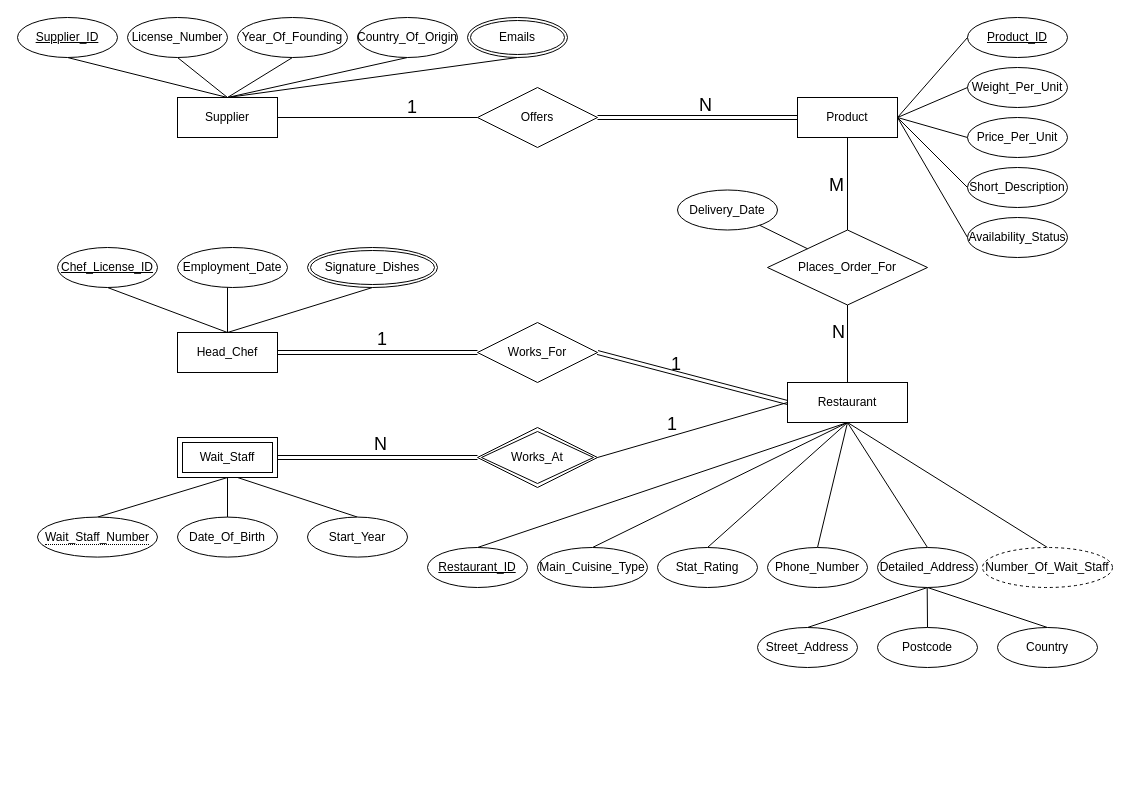
Above: Untitled Diagram.drawio in Jack-UNSW/ohmyzsh (draw.io), before the change. Source tidied: cells renumbered, new cells numbered last; positions are measured from the earlier drawing's top-left corner, leaving out a move shared by most shapes. Both pictures are drawn from the tidied source at 100%, with x=0, y=0 at pixel (17, 17).
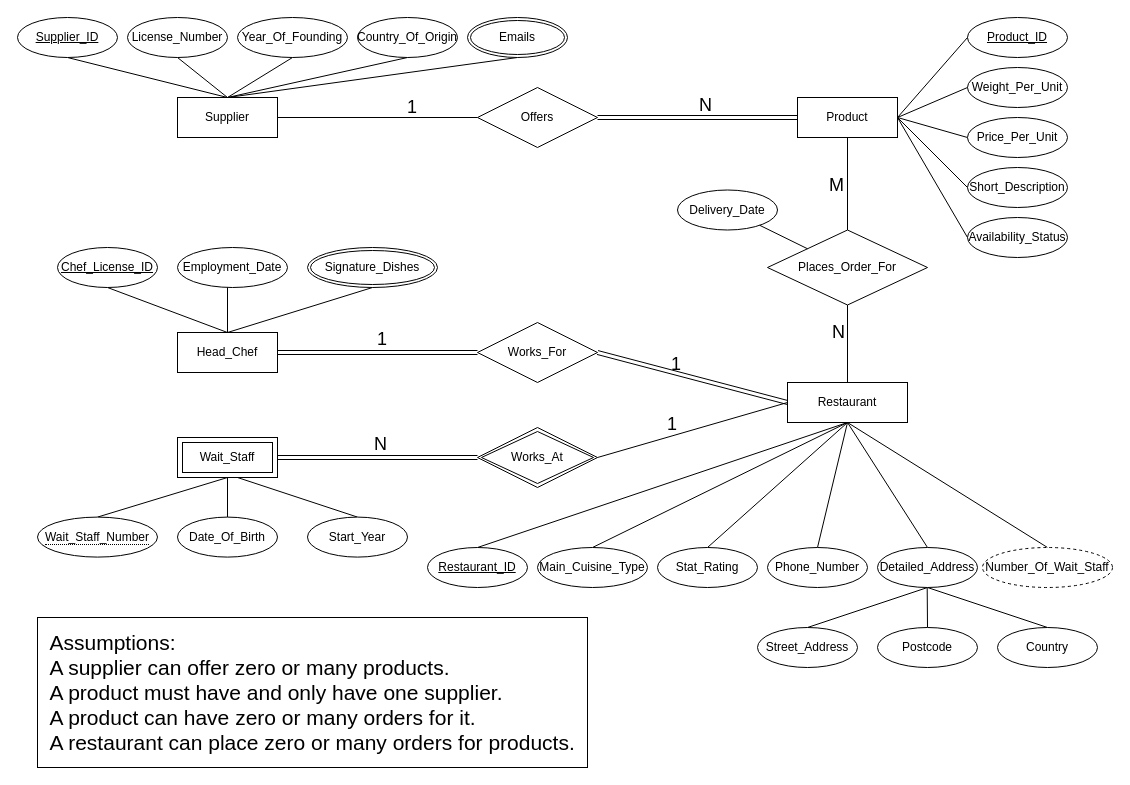
The same diagram, later.

The edit, as a diff of the source:
```diff
@@
+    <mxCell id="79" value="&lt;span&gt;&amp;nbsp; Assumptions:&amp;nbsp;&lt;/span&gt;&lt;br&gt;&lt;span&gt;&amp;nbsp; A supplier can offer zero or many products.&lt;/span&gt;&lt;br&gt;&lt;span&gt;&amp;nbsp; A product must have and only have one supplier.&lt;br&gt;&lt;/span&gt;&amp;nbsp; A product can have zero or many orders for it.&lt;br&gt;&lt;span&gt;&amp;nbsp; A restaurant can place zero or many orders for products.&lt;/span&gt;" style="rounded=0;whiteSpace=wrap;html=1;fontSize=21;align=left;" parent="1" vertex="1">
+      <mxGeometry x="20" y="600" width="550" height="150" as="geometry" />
+    </mxCell>
```
